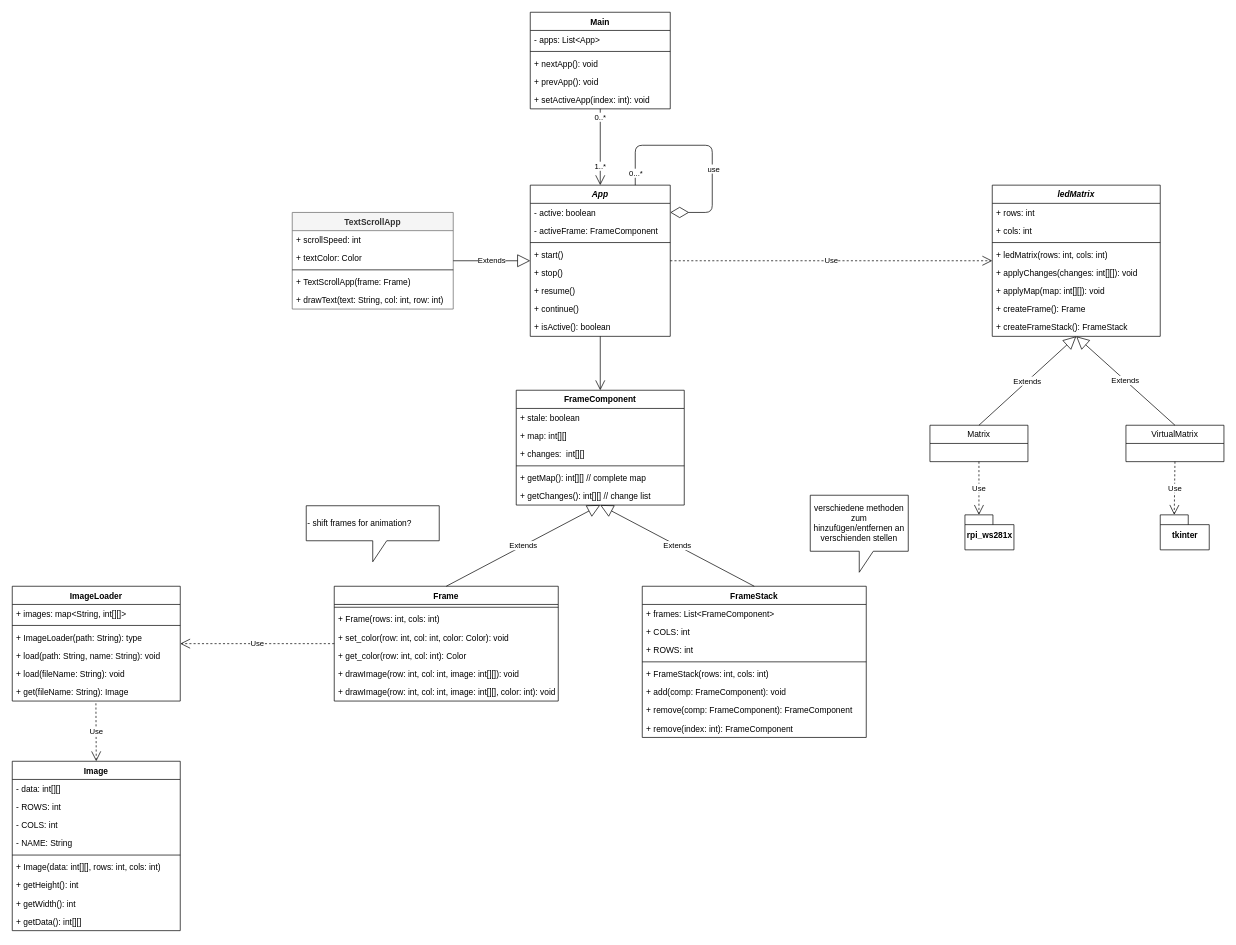
Noperabovi/python_ledbox keeps this draw.io diagram as sketches/class_diagram.drawio. Above is the earlier version. Source tidied: cells renumbered, new cells numbered last; positions are measured from the earlier drawing's top-left corner, leaving out a move shared by most shapes. Both pictures are drawn from the tidied source at 70%, with x=0, y=0 at pixel (12, 12).
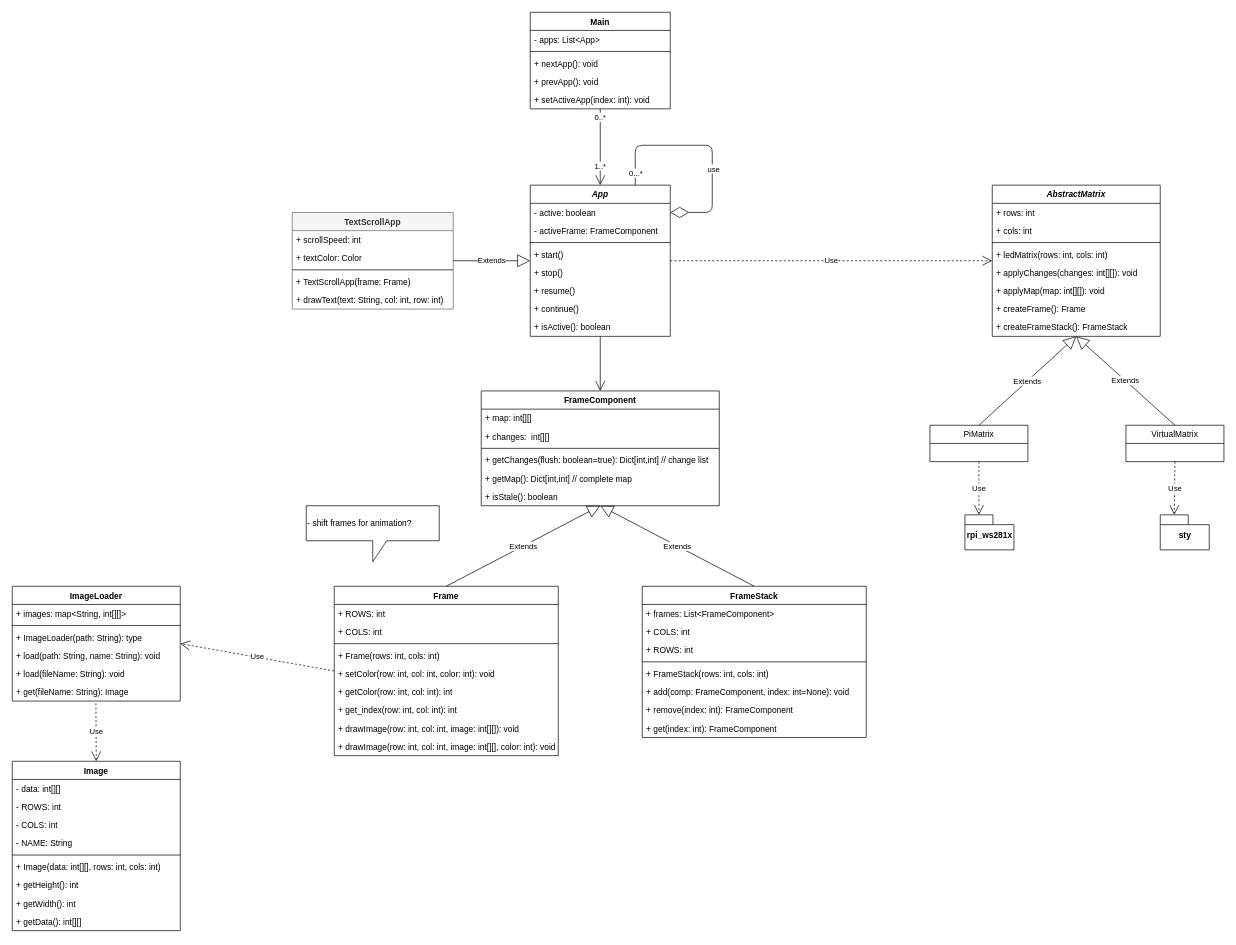
The same diagram, later.

Unchanged cells that the change refers to:
```xml
<mxCell id="9" value="FrameStack" style="swimlane;fontStyle=1;align=center;verticalAlign=top;horizontal=1;startSize=26;" parent="1" vertex="1">
  <mxGeometry x="900" y="820" width="320" height="216" as="geometry" />
</mxCell>
```

Change to the diagram source:
```diff
@@
     <mxCell id="2" value="Frame" style="swimlane;fontStyle=1;align=center;verticalAlign=top;horizontal=1;startSize=26;" parent="1" vertex="1">
-      <mxGeometry x="460" y="820" width="320" height="164" as="geometry" />
+      <mxGeometry x="460" y="820" width="320" height="242" as="geometry" />
     </mxCell>
+    <mxCell id="94" value="+ ROWS: int" style="text;strokeColor=none;fillColor=none;align=left;verticalAlign=top;spacingLeft=4;spacingRight=4;overflow=hidden;" parent="2" vertex="1">
+      <mxGeometry y="26" width="320" height="26" as="geometry" />
+    </mxCell>
+    <mxCell id="95" value="+ COLS: int" style="text;strokeColor=none;fillColor=none;align=left;verticalAlign=top;spacingLeft=4;spacingRight=4;overflow=hidden;" parent="2" vertex="1">
+      <mxGeometry y="52" width="320" height="26" as="geometry" />
+    </mxCell>
     <mxCell id="3" style="line;strokeWidth=1;fillColor=none;align=left;verticalAlign=middle;spacingTop=-1;spacingLeft=3;spacingRight=3;labelPosition=right;" parent="2" vertex="1">
-      <mxGeometry y="26" width="320" height="8" as="geometry" />
+      <mxGeometry y="78" width="320" height="8" as="geometry" />
     </mxCell>
     <mxCell id="4" value="+ Frame(rows: int, cols: int)" style="text;strokeColor=none;fillColor=none;align=left;verticalAlign=top;spacingLeft=4;spacingRight=4;overflow=hidden;" parent="2" vertex="1">
-      <mxGeometry y="34" width="320" height="26" as="geometry" />
+      <mxGeometry y="86" width="320" height="26" as="geometry" />
     </mxCell>
-    <mxCell id="5" value="+ set_color(row: int, col: int, color: Color): void" style="text;strokeColor=none;fillColor=none;align=left;verticalAlign=top;spacingLeft=4;spacingRight=4;overflow=hidden;" parent="2" vertex="1">
-      <mxGeometry y="60" width="320" height="26" as="geometry" />
+    <mxCell id="5" value="+ setColor(row: int, col: int, color: int): void" style="text;strokeColor=none;fillColor=none;align=left;verticalAlign=top;spacingLeft=4;spacingRight=4;overflow=hidden;" parent="2" vertex="1">
+      <mxGeometry y="112" width="320" height="26" as="geometry" />
     </mxCell>
+    <mxCell id="96" value="+ getColor(row: int, col: int): int" style="text;strokeColor=none;fillColor=none;align=left;verticalAlign=top;spacingLeft=4;spacingRight=4;overflow=hidden;" parent="2" vertex="1">
+      <mxGeometry y="138" width="320" height="26" as="geometry" />
+    </mxCell>
-    <mxCell id="6" value="+ get_color(row: int, col: int): Color" style="text;strokeColor=none;fillColor=none;align=left;verticalAlign=top;spacingLeft=4;spacingRight=4;overflow=hidden;" parent="2" vertex="1">
-      <mxGeometry y="86" width="320" height="26" as="geometry" />
+    <mxCell id="6" value="+ get_index(row: int, col: int): int" style="text;strokeColor=none;fillColor=none;align=left;verticalAlign=top;spacingLeft=4;spacingRight=4;overflow=hidden;" parent="2" vertex="1">
+      <mxGeometry y="164" width="320" height="26" as="geometry" />
     </mxCell>
     <mxCell id="7" value="+ drawImage(row: int, col: int, image: int[][]): void" style="text;strokeColor=none;fillColor=none;align=left;verticalAlign=top;spacingLeft=4;spacingRight=4;overflow=hidden;" parent="2" vertex="1">
-      <mxGeometry y="112" width="320" height="26" as="geometry" />
+      <mxGeometry y="190" width="320" height="26" as="geometry" />
     </mxCell>
     <mxCell id="8" value="+ drawImage(row: int, col: int, image: int[][], color: int): void" style="text;strokeColor=none;fillColor=none;align=left;verticalAlign=top;spacingLeft=4;spacingRight=4;overflow=hidden;" parent="2" vertex="1">
-      <mxGeometry y="138" width="320" height="26" as="geometry" />
+      <mxGeometry y="216" width="320" height="26" as="geometry" />
     </mxCell>
@@
-    <mxCell id="15" value="+ add(comp: FrameComponent): void" style="text;strokeColor=none;fillColor=none;align=left;verticalAlign=top;spacingLeft=4;spacingRight=4;overflow=hidden;" parent="9" vertex="1">
+    <mxCell id="15" value="+ add(comp: FrameComponent, index: int=None): void" style="text;strokeColor=none;fillColor=none;align=left;verticalAlign=top;spacingLeft=4;spacingRight=4;overflow=hidden;" parent="9" vertex="1">
       <mxGeometry y="138" width="320" height="26" as="geometry" />
     </mxCell>
-    <mxCell id="16" value="+ remove(comp: FrameComponent): FrameComponent" style="text;strokeColor=none;fillColor=none;align=left;verticalAlign=top;spacingLeft=4;spacingRight=4;overflow=hidden;" parent="9" vertex="1">
-      <mxGeometry y="164" width="320" height="26" as="geometry" />
-    </mxCell>
     <mxCell id="17" value="+ remove(index: int): FrameComponent" style="text;strokeColor=none;fillColor=none;align=left;verticalAlign=top;spacingLeft=4;spacingRight=4;overflow=hidden;" parent="9" vertex="1">
-      <mxGeometry y="190" width="320" height="26" as="geometry" />
+      <mxGeometry y="164" width="320" height="26" as="geometry" />
     </mxCell>
+    <mxCell id="97" value="+ get(index: int): FrameComponent" style="text;strokeColor=none;fillColor=none;align=left;verticalAlign=top;spacingLeft=4;spacingRight=4;overflow=hidden;" parent="9" vertex="1">
+      <mxGeometry y="190" width="320" height="26" as="geometry" />
+    </mxCell>
     <mxCell id="18" value="FrameComponent" style="swimlane;fontStyle=1;align=center;verticalAlign=top;horizontal=1;startSize=26;" parent="1" vertex="1">
-      <mxGeometry x="720" y="540" width="240" height="164" as="geometry" />
+      <mxGeometry x="670" y="541" width="340" height="164" as="geometry" />
     </mxCell>
-    <mxCell id="19" value="+ stale: boolean" style="text;strokeColor=none;fillColor=none;align=left;verticalAlign=top;spacingLeft=4;spacingRight=4;overflow=hidden;" parent="18" vertex="1">
-      <mxGeometry y="26" width="240" height="26" as="geometry" />
-    </mxCell>
     <mxCell id="20" value="+ map: int[][]" style="text;strokeColor=none;fillColor=none;align=left;verticalAlign=top;spacingLeft=4;spacingRight=4;overflow=hidden;fontStyle=0;" parent="18" vertex="1">
-      <mxGeometry y="52" width="240" height="26" as="geometry" />
+      <mxGeometry y="26" width="340" height="26" as="geometry" />
     </mxCell>
     <mxCell id="21" value="+ changes:  int[][]" style="text;strokeColor=none;fillColor=none;align=left;verticalAlign=top;spacingLeft=4;spacingRight=4;overflow=hidden;" parent="18" vertex="1">
-      <mxGeometry y="78" width="240" height="26" as="geometry" />
+      <mxGeometry y="52" width="340" height="26" as="geometry" />
     </mxCell>
     <mxCell id="22" style="line;strokeWidth=1;fillColor=none;align=left;verticalAlign=middle;spacingTop=-1;spacingLeft=3;spacingRight=3;labelPosition=right;" parent="18" vertex="1">
-      <mxGeometry y="104" width="240" height="8" as="geometry" />
+      <mxGeometry y="78" width="340" height="8" as="geometry" />
     </mxCell>
+    <mxCell id="24" value="+ getChanges(flush: boolean=true): Dict[int,int] // change list" style="text;strokeColor=none;fillColor=none;align=left;verticalAlign=top;spacingLeft=4;spacingRight=4;overflow=hidden;fontStyle=0;" parent="18" vertex="1">
+      <mxGeometry y="86" width="340" height="26" as="geometry" />
+    </mxCell>
-    <mxCell id="23" value="+ getMap(): int[][] // complete map" style="text;strokeColor=none;fillColor=none;align=left;verticalAlign=top;spacingLeft=4;spacingRight=4;overflow=hidden;fontStyle=0;" parent="18" vertex="1">
-      <mxGeometry y="112" width="240" height="26" as="geometry" />
+    <mxCell id="23" value="+ getMap(): Dict[int,int] // complete map" style="text;strokeColor=none;fillColor=none;align=left;verticalAlign=top;spacingLeft=4;spacingRight=4;overflow=hidden;fontStyle=0;" parent="18" vertex="1">
+      <mxGeometry y="112" width="340" height="26" as="geometry" />
     </mxCell>
-    <mxCell id="24" value="+ getChanges(): int[][] // change list" style="text;strokeColor=none;fillColor=none;align=left;verticalAlign=top;spacingLeft=4;spacingRight=4;overflow=hidden;fontStyle=0;" parent="18" vertex="1">
-      <mxGeometry y="138" width="240" height="26" as="geometry" />
-    </mxCell>
+    <mxCell id="19" value="+ isStale(): boolean" style="text;strokeColor=none;fillColor=none;align=left;verticalAlign=top;spacingLeft=4;spacingRight=4;overflow=hidden;" parent="18" vertex="1">
+      <mxGeometry y="138" width="340" height="26" as="geometry" />
+    </mxCell>
@@
-    <mxCell id="27" value="verschiedene methoden zum hinzufügen/entfernen an verschienden stellen" style="shape=callout;whiteSpace=wrap;html=1;perimeter=calloutPerimeter;fontColor=#000000;" parent="1" vertex="1">
-      <mxGeometry x="1140" y="690" width="140" height="110" as="geometry" />
-    </mxCell>
@@
-    <mxCell id="49" value="ledMatrix" style="swimlane;fontStyle=3;align=center;verticalAlign=top;horizontal=1;startSize=26;" parent="1" vertex="1">
+    <mxCell id="49" value="AbstractMatrix" style="swimlane;fontStyle=3;align=center;verticalAlign=top;horizontal=1;startSize=26;" parent="1" vertex="1">
       <mxGeometry x="1400" y="247" width="240" height="216" as="geometry" />
     </mxCell>
@@
-    <mxCell id="58" value="Matrix" style="swimlane;fontStyle=0;horizontal=1;startSize=26;fillColor=none;" parent="1" vertex="1">
+    <mxCell id="58" value="PiMatrix" style="swimlane;fontStyle=0;horizontal=1;startSize=26;fillColor=none;" parent="1" vertex="1">
       <mxGeometry x="1311" y="590" width="140" height="52" as="geometry" />
     </mxCell>
@@
-    <mxCell id="84" value="tkinter" style="shape=folder;fontStyle=1;spacingTop=10;tabWidth=40;tabHeight=14;tabPosition=left;html=1;" parent="1" vertex="1">
+    <mxCell id="84" value="sty" style="shape=folder;fontStyle=1;spacingTop=10;tabWidth=40;tabHeight=14;tabPosition=left;html=1;" parent="1" vertex="1">
       <mxGeometry x="1640" y="718" width="70" height="50" as="geometry" />
     </mxCell>
```
